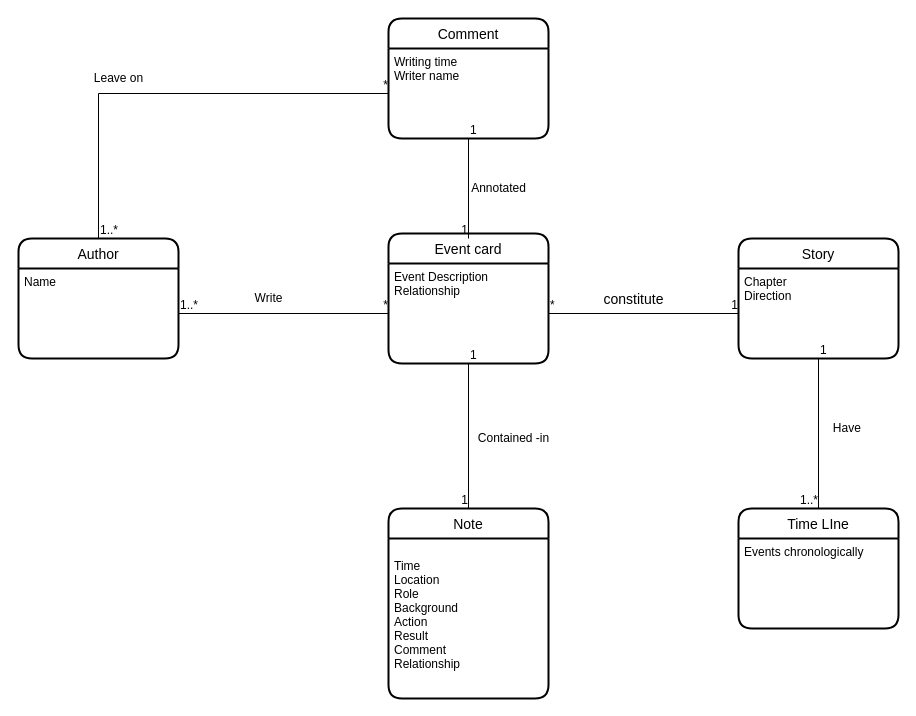
Above: Document/Diagram/DomainModel.drawio in Fei-D20/D20_2nd_semester_final_exam_project (draw.io), before the change. Source tidied: cells renumbered, new cells numbered last; positions are measured from the earlier drawing's top-left corner, leaving out a move shared by most shapes. Both pictures are drawn from the tidied source at 100%, with x=0, y=0 at pixel (18, 18).
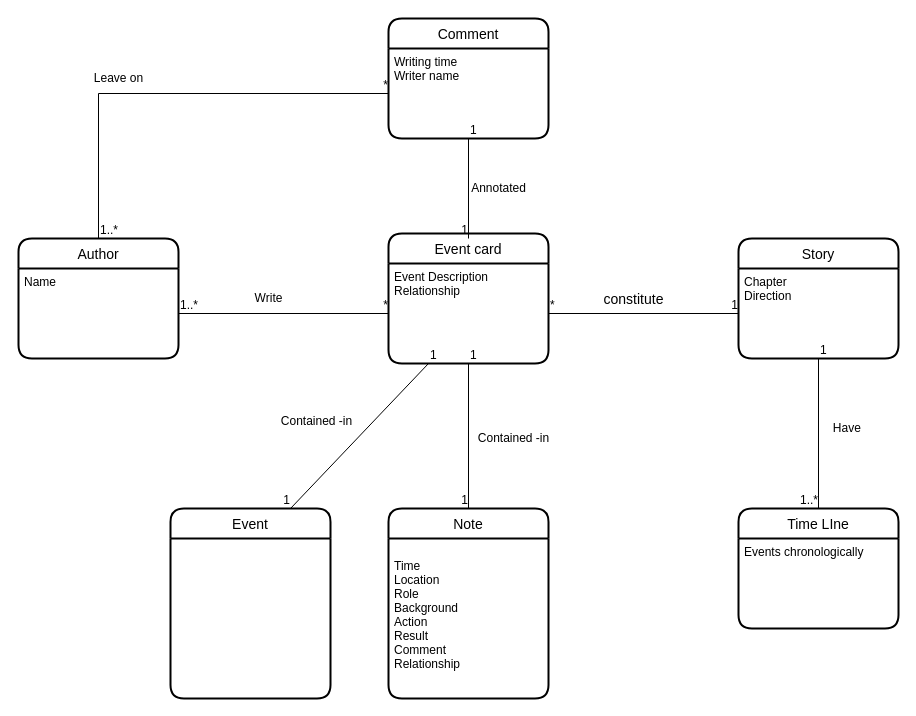
After the change.

The change refers to these unchanged cells:
```xml
<mxCell id="5" value="Event Description&#10;Relationship" style="align=left;strokeColor=none;fillColor=none;spacingLeft=4;fontSize=12;verticalAlign=top;" parent="4" vertex="1">
  <mxGeometry y="30" width="160" height="100" as="geometry" />
</mxCell>
```

Change to the diagram source:
```diff
@@
+    <mxCell id="38" value="Event" style="swimlane;horizontal=1;startSize=30;rounded=1;fontSize=14;fontStyle=0;strokeWidth=2;shadow=0;dashed=0;align=center;" parent="1" vertex="1">
+      <mxGeometry x="152" y="490" width="160" height="190" as="geometry" />
+    </mxCell>
+    <mxCell id="39" style="endArrow=none;html=1;rounded=0;exitX=0.25;exitY=1;exitDx=0;exitDy=0;entryX=0.75;entryY=0;entryDx=0;entryDy=0;" parent="1" edge="1" source="5" target="38">
+      <mxGeometry relative="1" as="geometry" />
+    </mxCell>
+    <mxCell id="40" value="1" style="html=1;align=left;verticalAlign=bottom;" parent="39" vertex="1">
+      <mxGeometry x="-1" relative="1" as="geometry" />
+    </mxCell>
+    <mxCell id="41" value="1" style="html=1;align=right;verticalAlign=bottom;" parent="39" vertex="1">
+      <mxGeometry x="1" relative="1" as="geometry" />
+    </mxCell>
+    <mxCell id="42" value="Contained -in" style="text;html=1;align=center;verticalAlign=middle;strokeColor=none;" parent="1" vertex="1">
+      <mxGeometry x="253" y="393" width="90" height="20" as="geometry" />
+    </mxCell>
```
